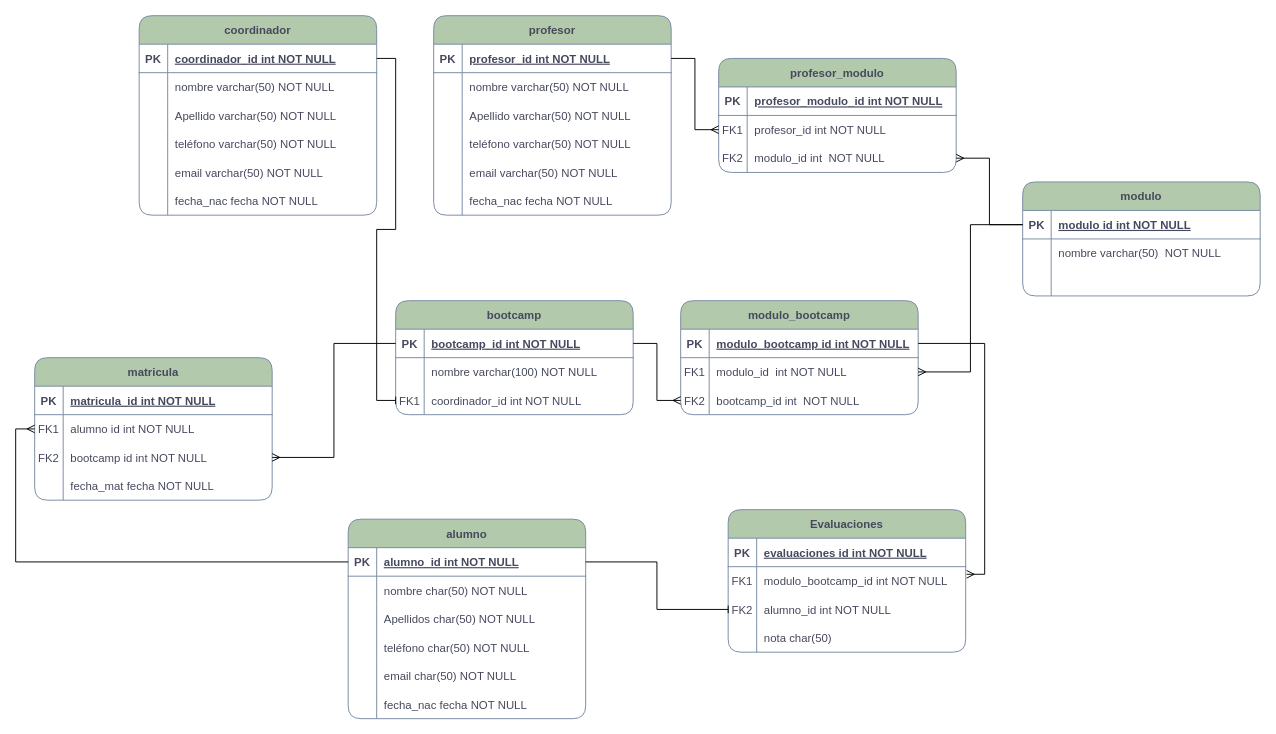
The draw.io diagram diagrama_keepcoding.drawio in Pablo-Sapiens/SQL-DW-keepcoding-, before the edit. Source tidied: cells renumbered, new cells numbered last; positions are measured from the earlier drawing's top-left corner, leaving out a move shared by most shapes. Both pictures are drawn from the tidied source at 95%, with x=0, y=0 at pixel (34, 15).
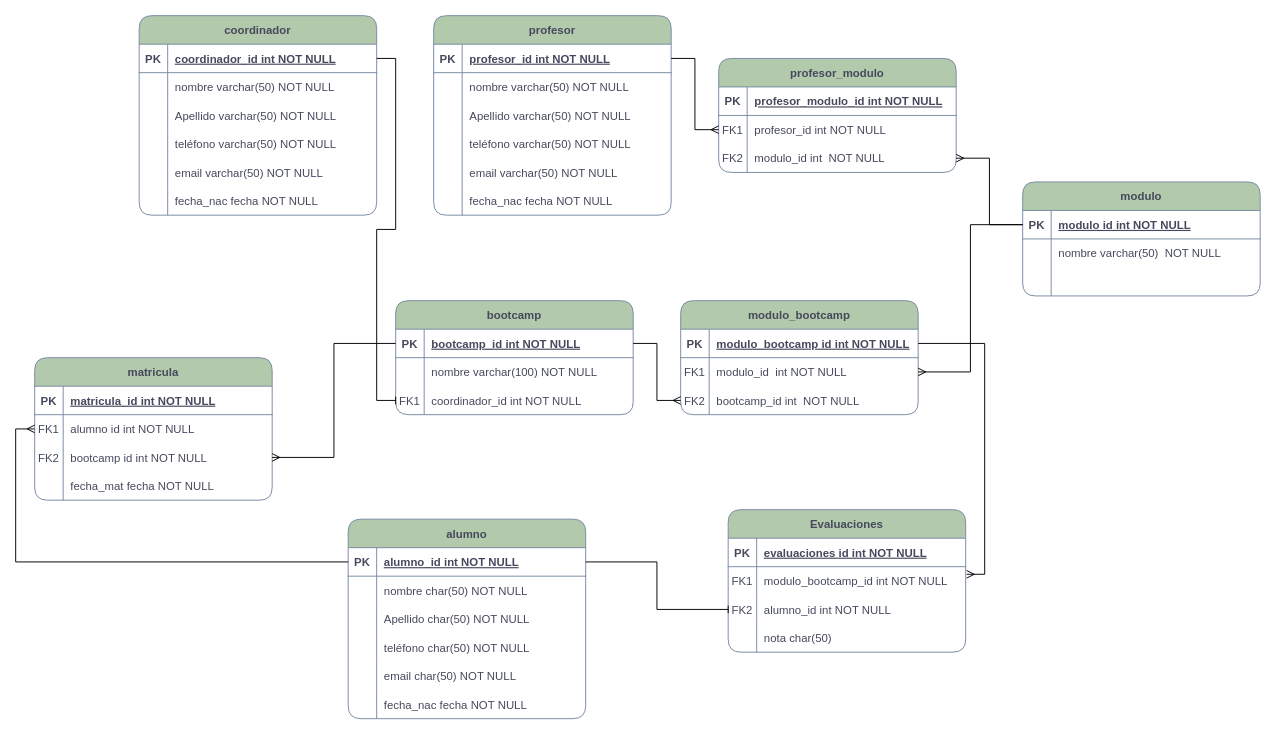
Above is the later version.

Commit message (it also covers changes not shown here):
actualizo diagrama entidad relacion

The change refers to these unchanged cells:
```xml
<mxCell id="64" style="shape=partialRectangle;fillColor=none;top=0;left=0;right=0;bottom=0;labelBackgroundColor=none;strokeColor=#788AA3;fontColor=#46495D;rounded=1;" parent="57" vertex="1">
  <mxGeometry y="90" width="250" height="30" as="geometry" />
</mxCell>
```

Diff of the diagram source:
```diff
@@
-    <mxCell id="66" value="Apellidos char(50) NOT NULL" style="shape=partialRectangle;overflow=hidden;fillColor=none;top=0;left=0;bottom=0;right=0;align=left;spacingLeft=6;labelBackgroundColor=none;strokeColor=#788AA3;fontColor=#46495D;rounded=1;" parent="64" vertex="1">
+    <mxCell id="66" value="Apellido char(50) NOT NULL" style="shape=partialRectangle;overflow=hidden;fillColor=none;top=0;left=0;bottom=0;right=0;align=left;spacingLeft=6;labelBackgroundColor=none;strokeColor=#788AA3;fontColor=#46495D;rounded=1;" parent="64" vertex="1">
       <mxGeometry x="30" width="220" height="30" as="geometry" />
     </mxCell>
```
